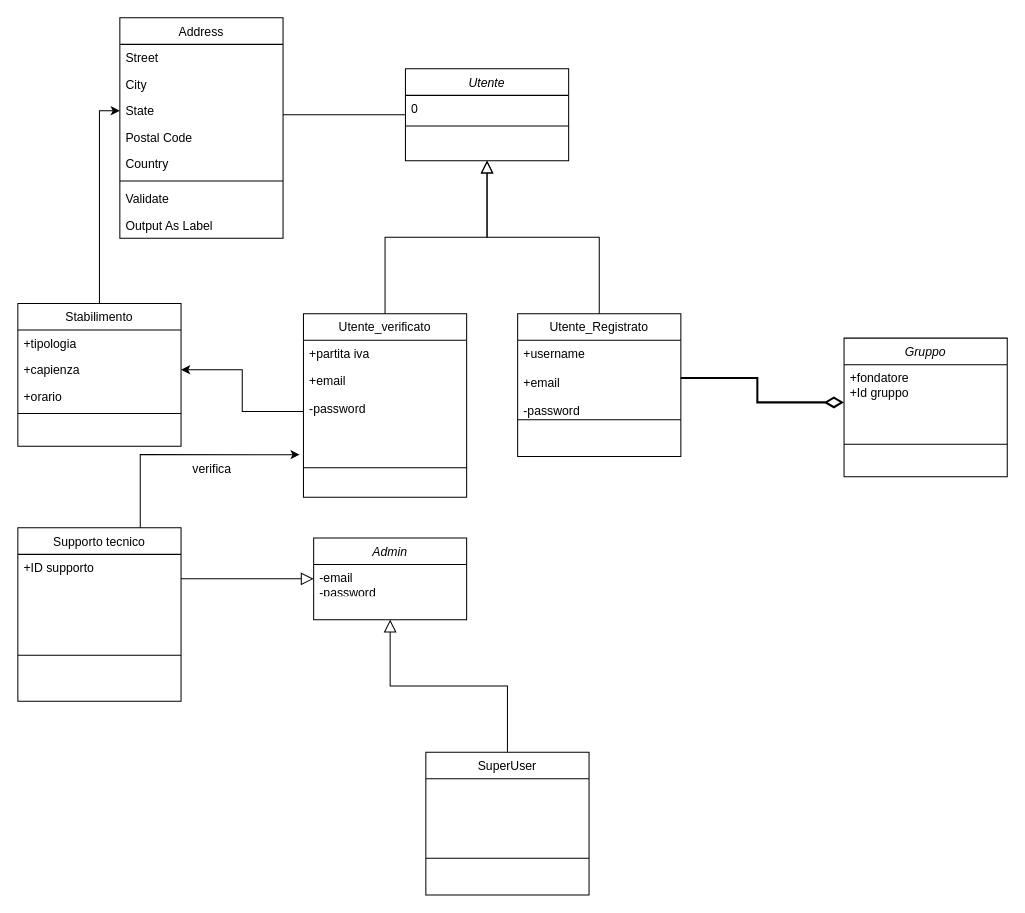
Earlier version of the draw.io diagram Class_diagram.drawio (andreapedrini01/Ingegneria-del-Software). Source tidied: cells renumbered, new cells numbered last; positions are measured from the earlier drawing's top-left corner, leaving out a move shared by most shapes. Both pictures are drawn from the tidied source at 102%, with x=0, y=0 at pixel (17, 17).
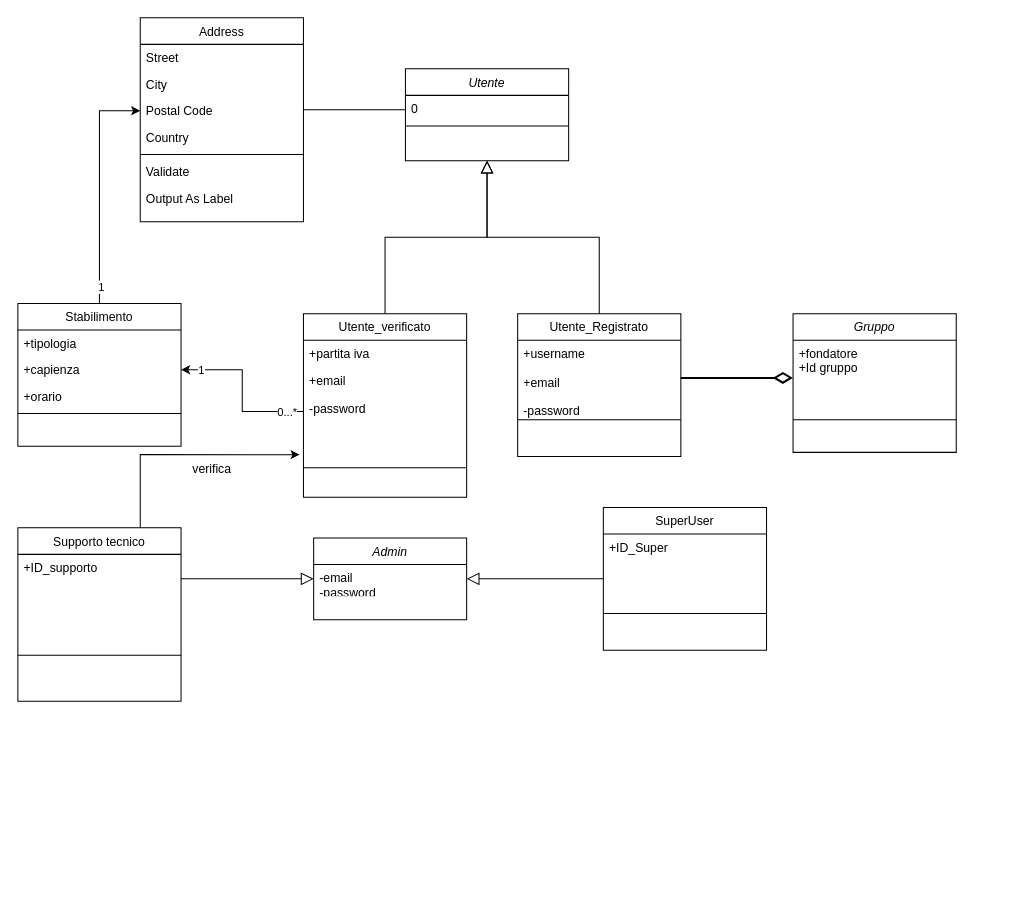
Above is the later version.

Unchanged cells that the change refers to:
```xml
<mxCell id="2" value="Utente" style="swimlane;fontStyle=2;align=center;verticalAlign=top;horizontal=1;startSize=26;rounded=0;shadow=0;strokeWidth=1;" parent="1" vertex="1">
  <mxGeometry x="380" y="50" width="160" height="90" as="geometry" />
</mxCell>
<mxCell id="11" value="+username&#10;&#10;+email&#10;&#10;-password&#10;" style="text;align=left;verticalAlign=top;spacingLeft=4;spacingRight=4;overflow=hidden;points=[[0,0.5],[1,0.5]];portConstraint=eastwest;" parent="10" vertex="1">
  <mxGeometry y="26" width="160" height="74" as="geometry" />
</mxCell>
<mxCell id="25" value="+fondatore&#10;+Id gruppo&#10;" style="text;align=left;verticalAlign=top;spacingLeft=4;spacingRight=4;overflow=hidden;points=[[0,0.5],[1,0.5]];portConstraint=eastwest;" parent="24" vertex="1">
  <mxGeometry y="26" width="160" height="74" as="geometry" />
</mxCell>
<mxCell id="29" value="Stabilimento" style="swimlane;fontStyle=0;align=center;verticalAlign=top;horizontal=1;startSize=26;rounded=0;shadow=0;strokeWidth=1;" parent="1" vertex="1">
  <mxGeometry y="280" width="160" height="140" as="geometry" />
</mxCell>
<mxCell id="34" style="edgeStyle=orthogonalEdgeStyle;rounded=0;jettySize=auto;html=1;exitX=0;exitY=0.5;exitDx=0;exitDy=0;entryX=1;entryY=0.5;entryDx=0;entryDy=0;" parent="1" edge="1" source="7" target="31">
  <mxGeometry relative="1" as="geometry" />
</mxCell>
<mxCell id="38" value="Supporto tecnico" style="swimlane;fontStyle=0;align=center;verticalAlign=top;horizontal=1;startSize=26;rounded=0;shadow=0;strokeWidth=1;" parent="1" vertex="1">
  <mxGeometry y="500" width="160" height="170" as="geometry" />
</mxCell>
```

What changed in the source:
```diff
@@
     <mxCell id="14" value="Address" style="swimlane;fontStyle=0;align=center;verticalAlign=top;horizontal=1;startSize=26;rounded=0;shadow=0;strokeWidth=1;" parent="1" vertex="1">
-      <mxGeometry x="100" width="160" height="216" as="geometry" />
+      <mxGeometry x="120" width="160" height="200" as="geometry" />
     </mxCell>
@@
-    <mxCell id="17" value="State" style="text;align=left;verticalAlign=top;spacingLeft=4;spacingRight=4;overflow=hidden;points=[[0,0.5],[1,0.5]];portConstraint=eastwest;rounded=0;shadow=0;html=0;" parent="14" vertex="1">
-      <mxGeometry y="78" width="160" height="26" as="geometry" />
-    </mxCell>
     <mxCell id="18" value="Postal Code" style="text;align=left;verticalAlign=top;spacingLeft=4;spacingRight=4;overflow=hidden;points=[[0,0.5],[1,0.5]];portConstraint=eastwest;rounded=0;shadow=0;html=0;" parent="14" vertex="1">
-      <mxGeometry y="104" width="160" height="26" as="geometry" />
+      <mxGeometry y="78" width="160" height="26" as="geometry" />
     </mxCell>
     <mxCell id="19" value="Country" style="text;align=left;verticalAlign=top;spacingLeft=4;spacingRight=4;overflow=hidden;rounded=0;shadow=0;html=0;" parent="14" vertex="1">
-      <mxGeometry y="130" width="160" height="26" as="geometry" />
+      <mxGeometry y="104" width="160" height="26" as="geometry" />
     </mxCell>
     <mxCell id="20" style="line;html=1;strokeWidth=1;align=left;verticalAlign=middle;spacingTop=-1;spacingLeft=3;spacingRight=3;labelPosition=right;" parent="14" vertex="1">
-      <mxGeometry y="156" width="160" height="8" as="geometry" />
+      <mxGeometry y="130" width="160" height="8" as="geometry" />
     </mxCell>
     <mxCell id="21" value="Validate" style="text;align=left;verticalAlign=top;spacingLeft=4;spacingRight=4;overflow=hidden;" parent="14" vertex="1">
-      <mxGeometry y="164" width="160" height="26" as="geometry" />
+      <mxGeometry y="138" width="160" height="26" as="geometry" />
     </mxCell>
     <mxCell id="22" value="Output As Label" style="text;align=left;verticalAlign=top;spacingLeft=4;spacingRight=4;overflow=hidden;" parent="14" vertex="1">
-      <mxGeometry y="190" width="160" height="26" as="geometry" />
+      <mxGeometry y="164" width="160" height="26" as="geometry" />
     </mxCell>
     <mxCell id="23" style="endArrow=none;shadow=0;strokeWidth=1;rounded=0;curved=0;endFill=0;edgeStyle=elbowEdgeStyle;elbow=vertical;" parent="1" edge="1" source="2" target="14">
       <mxGeometry x="0.5" y="41" relative="1" as="geometry">
+        <Array as="points">
+          <mxPoint x="330" y="90" />
+        </Array>
         <mxPoint x="-40" y="32" as="offset" />
       </mxGeometry>
     </mxCell>
     <mxCell id="24" value="Gruppo" style="swimlane;fontStyle=2;align=center;verticalAlign=top;horizontal=1;startSize=26;rounded=0;shadow=0;strokeWidth=1;" parent="1" vertex="1">
-      <mxGeometry x="810" y="314" width="160" height="136" as="geometry" />
+      <mxGeometry x="760" y="290" width="160" height="136" as="geometry" />
     </mxCell>
@@
-    <mxCell id="27" style="edgeStyle=orthogonalEdgeStyle;rounded=0;jettySize=auto;html=1;exitX=1;exitY=0.5;exitDx=0;exitDy=0;entryX=0;entryY=0.5;entryDx=0;entryDy=0;endArrow=diamondThin;endFill=0;strokeWidth=2;targetPerimeterSpacing=2;endSize=14;labelPosition=left;verticalLabelPosition=top;align=left;verticalAlign=bottom;labelBorderColor=none;" parent="1" edge="1" source="11" target="25">
-      <mxGeometry relative="1" as="geometry">
-        <Array as="points">
-          <mxPoint x="725" y="353" />
-          <mxPoint x="725" y="377" />
-        </Array>
-      </mxGeometry>
+    <mxCell id="27" style="rounded=0;jettySize=auto;html=1;exitX=1;exitY=0.5;exitDx=0;exitDy=0;entryX=0;entryY=0.5;entryDx=0;entryDy=0;endArrow=diamondThin;endFill=0;strokeWidth=2;targetPerimeterSpacing=2;endSize=14;labelPosition=left;verticalLabelPosition=top;align=left;verticalAlign=bottom;labelBorderColor=none;" parent="1" edge="1" source="11" target="25">
+      <mxGeometry relative="1" as="geometry" />
     </mxCell>
-    <mxCell id="28" style="edgeStyle=orthogonalEdgeStyle;rounded=0;jettySize=auto;html=1;exitX=0.5;exitY=0;exitDx=0;exitDy=0;entryX=0;entryY=0.5;entryDx=0;entryDy=0;" parent="1" edge="1" source="29" target="17">
-      <mxGeometry relative="1" as="geometry" />
+    <mxCell id="28" style="edgeStyle=orthogonalEdgeStyle;rounded=0;jettySize=auto;html=1;exitX=0.5;exitY=0;exitDx=0;exitDy=0;entryX=0;entryY=0.5;entryDx=0;entryDy=0;" parent="1" edge="1" source="29" target="18">
+      <mxGeometry relative="1" as="geometry">
+        <Array as="points">
+          <mxPoint x="80" y="91" />
+        </Array>
+      </mxGeometry>
     </mxCell>
+    <mxCell id="48" value="1" style="edgeLabel;html=1;align=center;verticalAlign=middle;" parent="28" vertex="1">
+      <mxGeometry x="-0.85" y="-1" relative="1" as="geometry" />
+    </mxCell>
@@
+    <mxCell id="49" value="1" style="edgeLabel;html=1;align=center;verticalAlign=middle;" parent="34" vertex="1">
+      <mxGeometry x="0.76" relative="1" as="geometry" />
+    </mxCell>
+    <mxCell id="50" value="0...*" style="edgeLabel;html=1;align=center;verticalAlign=middle;" parent="34" vertex="1">
+      <mxGeometry x="-0.79" relative="1" as="geometry" />
+    </mxCell>
@@
-    <mxCell id="39" value="+ID supporto" style="text;align=left;verticalAlign=top;spacingLeft=4;spacingRight=4;overflow=hidden;rounded=0;shadow=0;html=0;" parent="38" vertex="1">
+    <mxCell id="39" value="+ID_supporto" style="text;align=left;verticalAlign=top;spacingLeft=4;spacingRight=4;overflow=hidden;rounded=0;shadow=0;html=0;" parent="38" vertex="1">
       <mxGeometry y="26" width="160" height="88" as="geometry" />
     </mxCell>
@@
     <mxCell id="42" value="SuperUser&#10;" style="swimlane;fontStyle=0;align=center;verticalAlign=top;horizontal=1;startSize=26;rounded=0;shadow=0;strokeWidth=1;" parent="1" vertex="1">
-      <mxGeometry x="400" y="720" width="160" height="140" as="geometry" />
+      <mxGeometry x="574" y="480" width="160" height="140" as="geometry" />
     </mxCell>
-    <mxCell id="43" value="&#10;" style="text;align=left;verticalAlign=top;spacingLeft=4;spacingRight=4;overflow=hidden;" parent="42" vertex="1">
+    <mxCell id="43" value="+ID_Super" style="text;align=left;verticalAlign=top;spacingLeft=4;spacingRight=4;overflow=hidden;" parent="42" vertex="1">
       <mxGeometry y="26" width="160" height="74" as="geometry" />
     </mxCell>
```
